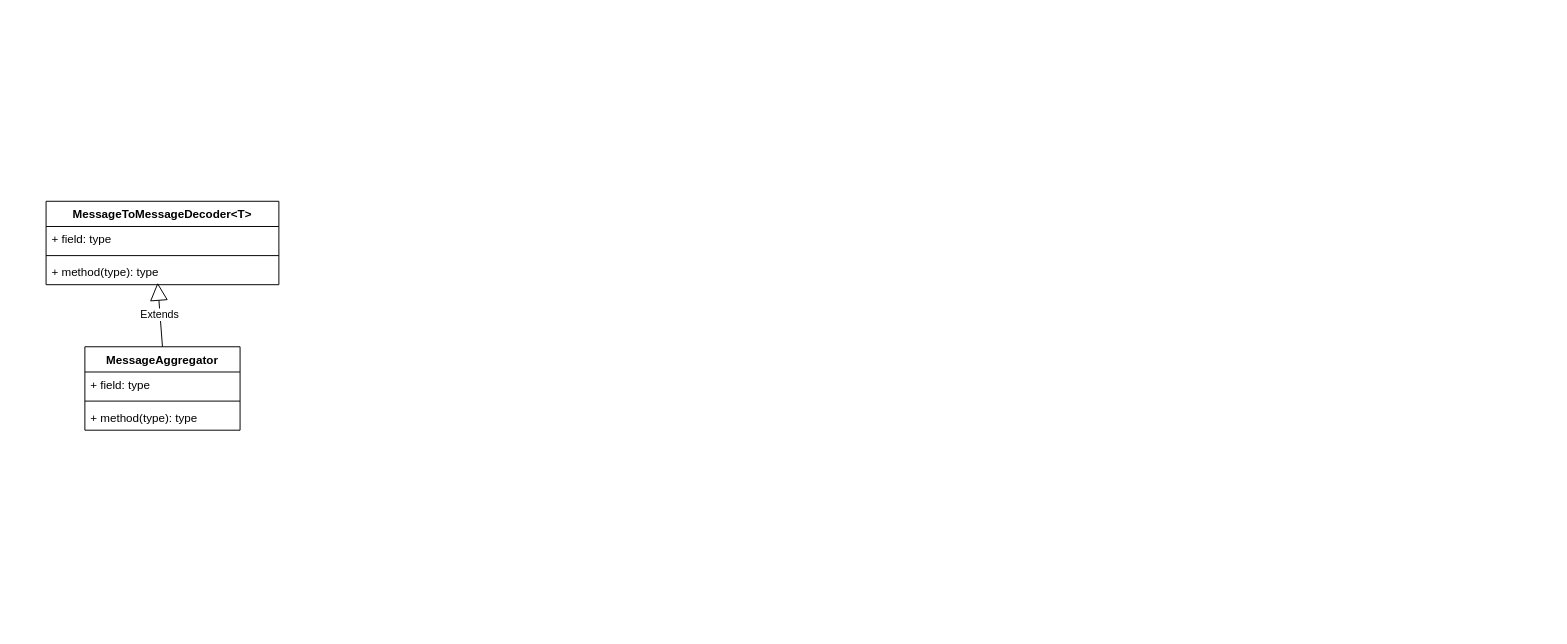
Before: page "codec" (7 of 11) of netty.drawio in tadsimons/draw, a draw.io diagram. Source tidied: cells renumbered, new cells numbered last; positions are measured from the earlier drawing's top-left corner, leaving out a move shared by most shapes. Both pictures are drawn from the tidied source at 97%, with x=0, y=0 at pixel (46, 201).
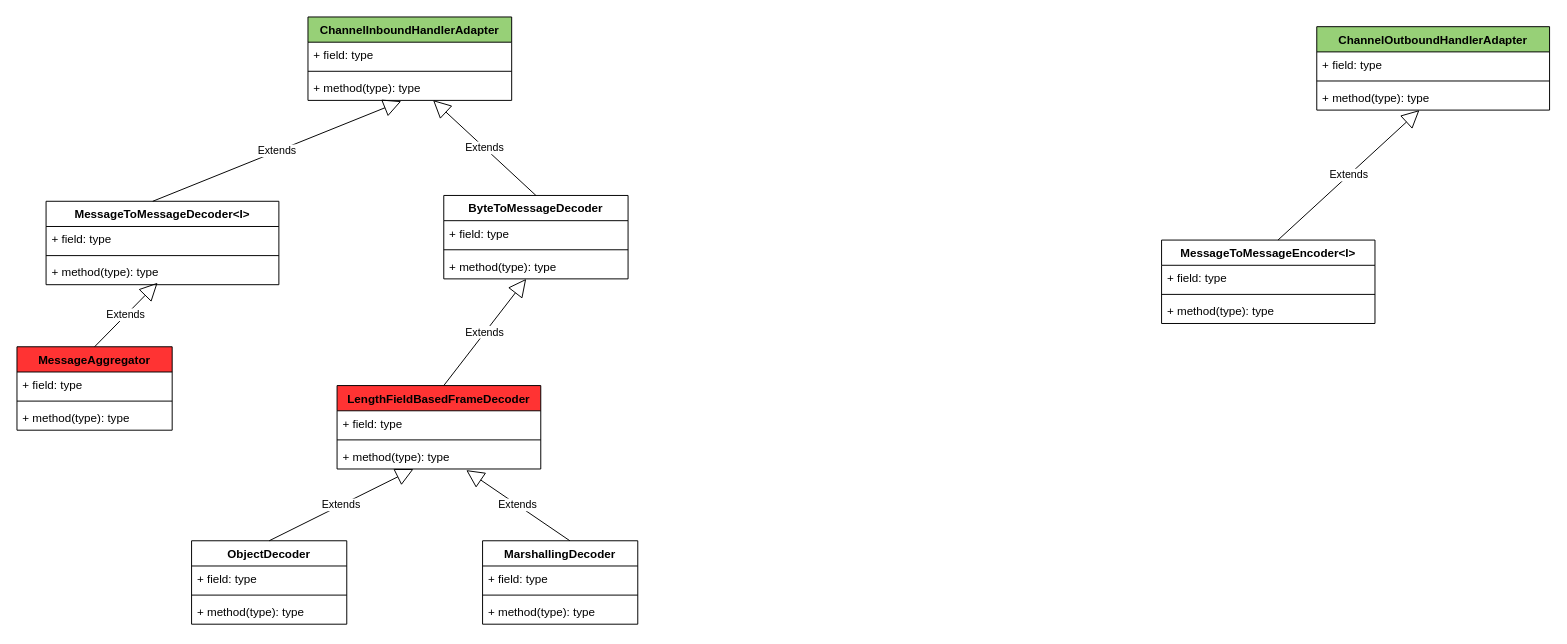
After the change.

The edit, as a diff of the source:
```diff
@@
-    <mxCell id="2" value="MessageAggregator" style="swimlane;fontStyle=1;align=center;verticalAlign=top;horizontal=1;startSize=26;fillColor=#FFFFFF;" parent="1" vertex="1">
-      <mxGeometry x="40" y="150" width="160" height="86" as="geometry" />
+    <mxCell id="2" value="MessageAggregator" style="swimlane;fontStyle=1;align=center;verticalAlign=top;horizontal=1;startSize=26;fillColor=#FF3333;" parent="1" vertex="1">
+      <mxGeometry x="-30" y="150" width="160" height="86" as="geometry" />
     </mxCell>
@@
-    <mxCell id="7" value="MessageToMessageDecoder&lt;T&gt;" style="swimlane;fontStyle=1;align=center;verticalAlign=top;horizontal=1;startSize=26;fillColor=#FFFFFF;" parent="1" vertex="1">
+    <mxCell id="7" value="MessageToMessageDecoder&lt;I&gt;" style="swimlane;fontStyle=1;align=center;verticalAlign=top;horizontal=1;startSize=26;fillColor=#FFFFFF;" parent="1" vertex="1">
       <mxGeometry width="240" height="86" as="geometry" />
     </mxCell>
+    <mxCell id="11" value="Extends" style="endArrow=block;endSize=16;endFill=0;html=1;entryX=0.458;entryY=1.032;entryDx=0;entryDy=0;entryPerimeter=0;" parent="7" edge="1" target="15">
+      <mxGeometry relative="1" as="geometry">
+        <mxPoint x="110" as="sourcePoint" />
+      </mxGeometry>
+    </mxCell>
@@
+    <mxCell id="12" value="ChannelInboundHandlerAdapter" style="swimlane;fontStyle=1;align=center;verticalAlign=top;horizontal=1;startSize=26;fillColor=#97D077;" parent="1" vertex="1">
+      <mxGeometry x="270" y="-190" width="210" height="86" as="geometry" />
+    </mxCell>
+    <mxCell id="13" value="+ field: type" style="text;strokeColor=none;fillColor=none;align=left;verticalAlign=top;spacingLeft=4;spacingRight=4;overflow=hidden;" parent="12" vertex="1">
+      <mxGeometry y="26" width="210" height="26" as="geometry" />
+    </mxCell>
+    <mxCell id="14" style="line;strokeWidth=1;fillColor=none;align=left;verticalAlign=middle;spacingTop=-1;spacingLeft=3;spacingRight=3;labelPosition=right;" parent="12" vertex="1">
+      <mxGeometry y="52" width="210" height="8" as="geometry" />
+    </mxCell>
+    <mxCell id="15" value="+ method(type): type" style="text;strokeColor=none;fillColor=none;align=left;verticalAlign=top;spacingLeft=4;spacingRight=4;overflow=hidden;points=[[0,0.5],[1,0.5]];portConstraint=eastwest;" parent="12" vertex="1">
+      <mxGeometry y="60" width="210" height="26" as="geometry" />
+    </mxCell>
+    <mxCell id="16" value="ByteToMessageDecoder" style="swimlane;fontStyle=1;align=center;verticalAlign=top;horizontal=1;startSize=26;fillColor=#FFFFFF;" parent="1" vertex="1">
+      <mxGeometry x="410" y="-6" width="190" height="86" as="geometry" />
+    </mxCell>
+    <mxCell id="17" value="+ field: type" style="text;strokeColor=none;fillColor=none;align=left;verticalAlign=top;spacingLeft=4;spacingRight=4;overflow=hidden;" parent="16" vertex="1">
+      <mxGeometry y="26" width="190" height="26" as="geometry" />
+    </mxCell>
+    <mxCell id="18" style="line;strokeWidth=1;fillColor=none;align=left;verticalAlign=middle;spacingTop=-1;spacingLeft=3;spacingRight=3;labelPosition=right;" parent="16" vertex="1">
+      <mxGeometry y="52" width="190" height="8" as="geometry" />
+    </mxCell>
+    <mxCell id="19" value="+ method(type): type" style="text;strokeColor=none;fillColor=none;align=left;verticalAlign=top;spacingLeft=4;spacingRight=4;overflow=hidden;points=[[0,0.5],[1,0.5]];portConstraint=eastwest;" parent="16" vertex="1">
+      <mxGeometry y="60" width="190" height="26" as="geometry" />
+    </mxCell>
+    <mxCell id="20" value="Extends" style="endArrow=block;endSize=16;endFill=0;html=1;entryX=0.614;entryY=0.989;entryDx=0;entryDy=0;entryPerimeter=0;exitX=0.5;exitY=0;exitDx=0;exitDy=0;" parent="1" edge="1" source="16" target="15">
+      <mxGeometry relative="1" as="geometry" />
+    </mxCell>
+    <mxCell id="21" value="ChannelOutboundHandlerAdapter" style="swimlane;fontStyle=1;align=center;verticalAlign=top;horizontal=1;startSize=26;fillColor=#97D077;" parent="1" vertex="1">
+      <mxGeometry x="1310" y="-180" width="240" height="86" as="geometry" />
+    </mxCell>
+    <mxCell id="22" value="+ field: type" style="text;strokeColor=none;fillColor=none;align=left;verticalAlign=top;spacingLeft=4;spacingRight=4;overflow=hidden;" parent="21" vertex="1">
+      <mxGeometry y="26" width="240" height="26" as="geometry" />
+    </mxCell>
+    <mxCell id="23" style="line;strokeWidth=1;fillColor=none;align=left;verticalAlign=middle;spacingTop=-1;spacingLeft=3;spacingRight=3;labelPosition=right;" parent="21" vertex="1">
+      <mxGeometry y="52" width="240" height="8" as="geometry" />
+    </mxCell>
+    <mxCell id="24" value="+ method(type): type" style="text;strokeColor=none;fillColor=none;align=left;verticalAlign=top;spacingLeft=4;spacingRight=4;overflow=hidden;points=[[0,0.5],[1,0.5]];portConstraint=eastwest;" parent="21" vertex="1">
+      <mxGeometry y="60" width="240" height="26" as="geometry" />
+    </mxCell>
+    <mxCell id="25" value="MessageToMessageEncoder&lt;I&gt;" style="swimlane;fontStyle=1;align=center;verticalAlign=top;horizontal=1;startSize=26;fillColor=#FFFFFF;" parent="1" vertex="1">
+      <mxGeometry x="1150" y="40" width="220" height="86" as="geometry" />
+    </mxCell>
+    <mxCell id="26" value="Extends" style="endArrow=block;endSize=16;endFill=0;html=1;" parent="25" edge="1" target="24">
+      <mxGeometry relative="1" as="geometry">
+        <mxPoint x="120" as="sourcePoint" />
+      </mxGeometry>
+    </mxCell>
+    <mxCell id="27" value="+ field: type" style="text;strokeColor=none;fillColor=none;align=left;verticalAlign=top;spacingLeft=4;spacingRight=4;overflow=hidden;" parent="25" vertex="1">
+      <mxGeometry y="26" width="220" height="26" as="geometry" />
+    </mxCell>
+    <mxCell id="28" style="line;strokeWidth=1;fillColor=none;align=left;verticalAlign=middle;spacingTop=-1;spacingLeft=3;spacingRight=3;labelPosition=right;" parent="25" vertex="1">
+      <mxGeometry y="52" width="220" height="8" as="geometry" />
+    </mxCell>
+    <mxCell id="29" value="+ method(type): type" style="text;strokeColor=none;fillColor=none;align=left;verticalAlign=top;spacingLeft=4;spacingRight=4;overflow=hidden;" parent="25" vertex="1">
+      <mxGeometry y="60" width="220" height="26" as="geometry" />
+    </mxCell>
+    <mxCell id="30" value="LengthFieldBasedFrameDecoder" style="swimlane;fontStyle=1;align=center;verticalAlign=top;horizontal=1;startSize=26;fillColor=#FF3333;" parent="1" vertex="1">
+      <mxGeometry x="300" y="190" width="210" height="86" as="geometry" />
+    </mxCell>
+    <mxCell id="31" value="Extends" style="endArrow=block;endSize=16;endFill=0;html=1;" parent="30" edge="1" target="19">
+      <mxGeometry relative="1" as="geometry">
+        <mxPoint x="110" as="sourcePoint" />
+      </mxGeometry>
+    </mxCell>
+    <mxCell id="32" value="+ field: type" style="text;strokeColor=none;fillColor=none;align=left;verticalAlign=top;spacingLeft=4;spacingRight=4;overflow=hidden;" parent="30" vertex="1">
+      <mxGeometry y="26" width="210" height="26" as="geometry" />
+    </mxCell>
+    <mxCell id="33" style="line;strokeWidth=1;fillColor=none;align=left;verticalAlign=middle;spacingTop=-1;spacingLeft=3;spacingRight=3;labelPosition=right;" parent="30" vertex="1">
+      <mxGeometry y="52" width="210" height="8" as="geometry" />
+    </mxCell>
+    <mxCell id="34" value="+ method(type): type" style="text;strokeColor=none;fillColor=none;align=left;verticalAlign=top;spacingLeft=4;spacingRight=4;overflow=hidden;points=[[0,0.5],[1,0.5]];portConstraint=eastwest;" parent="30" vertex="1">
+      <mxGeometry y="60" width="210" height="26" as="geometry" />
+    </mxCell>
+    <mxCell id="35" value="ObjectDecoder" style="swimlane;fontStyle=1;align=center;verticalAlign=top;horizontal=1;startSize=26;fillColor=#FFFFFF;" parent="1" vertex="1">
+      <mxGeometry x="150" y="350" width="160" height="86" as="geometry" />
+    </mxCell>
+    <mxCell id="36" value="Extends" style="endArrow=block;endSize=16;endFill=0;html=1;" parent="35" edge="1" target="34">
+      <mxGeometry relative="1" as="geometry">
+        <mxPoint x="80" as="sourcePoint" />
+      </mxGeometry>
+    </mxCell>
+    <mxCell id="37" value="+ field: type" style="text;strokeColor=none;fillColor=none;align=left;verticalAlign=top;spacingLeft=4;spacingRight=4;overflow=hidden;" parent="35" vertex="1">
+      <mxGeometry y="26" width="160" height="26" as="geometry" />
+    </mxCell>
+    <mxCell id="38" style="line;strokeWidth=1;fillColor=none;align=left;verticalAlign=middle;spacingTop=-1;spacingLeft=3;spacingRight=3;labelPosition=right;" parent="35" vertex="1">
+      <mxGeometry y="52" width="160" height="8" as="geometry" />
+    </mxCell>
+    <mxCell id="39" value="+ method(type): type" style="text;strokeColor=none;fillColor=none;align=left;verticalAlign=top;spacingLeft=4;spacingRight=4;overflow=hidden;" parent="35" vertex="1">
+      <mxGeometry y="60" width="160" height="26" as="geometry" />
+    </mxCell>
+    <mxCell id="40" value="MarshallingDecoder" style="swimlane;fontStyle=1;align=center;verticalAlign=top;horizontal=1;startSize=26;fillColor=#FFFFFF;" parent="1" vertex="1">
+      <mxGeometry x="450" y="350" width="160" height="86" as="geometry" />
+    </mxCell>
+    <mxCell id="41" value="Extends" style="endArrow=block;endSize=16;endFill=0;html=1;entryX=0.634;entryY=1.044;entryDx=0;entryDy=0;entryPerimeter=0;" parent="40" edge="1" target="34">
+      <mxGeometry relative="1" as="geometry">
+        <mxPoint x="90" as="sourcePoint" />
+      </mxGeometry>
+    </mxCell>
+    <mxCell id="42" value="+ field: type" style="text;strokeColor=none;fillColor=none;align=left;verticalAlign=top;spacingLeft=4;spacingRight=4;overflow=hidden;" parent="40" vertex="1">
+      <mxGeometry y="26" width="160" height="26" as="geometry" />
+    </mxCell>
+    <mxCell id="43" style="line;strokeWidth=1;fillColor=none;align=left;verticalAlign=middle;spacingTop=-1;spacingLeft=3;spacingRight=3;labelPosition=right;" parent="40" vertex="1">
+      <mxGeometry y="52" width="160" height="8" as="geometry" />
+    </mxCell>
+    <mxCell id="44" value="+ method(type): type" style="text;strokeColor=none;fillColor=none;align=left;verticalAlign=top;spacingLeft=4;spacingRight=4;overflow=hidden;" parent="40" vertex="1">
+      <mxGeometry y="60" width="160" height="26" as="geometry" />
+    </mxCell>
```
